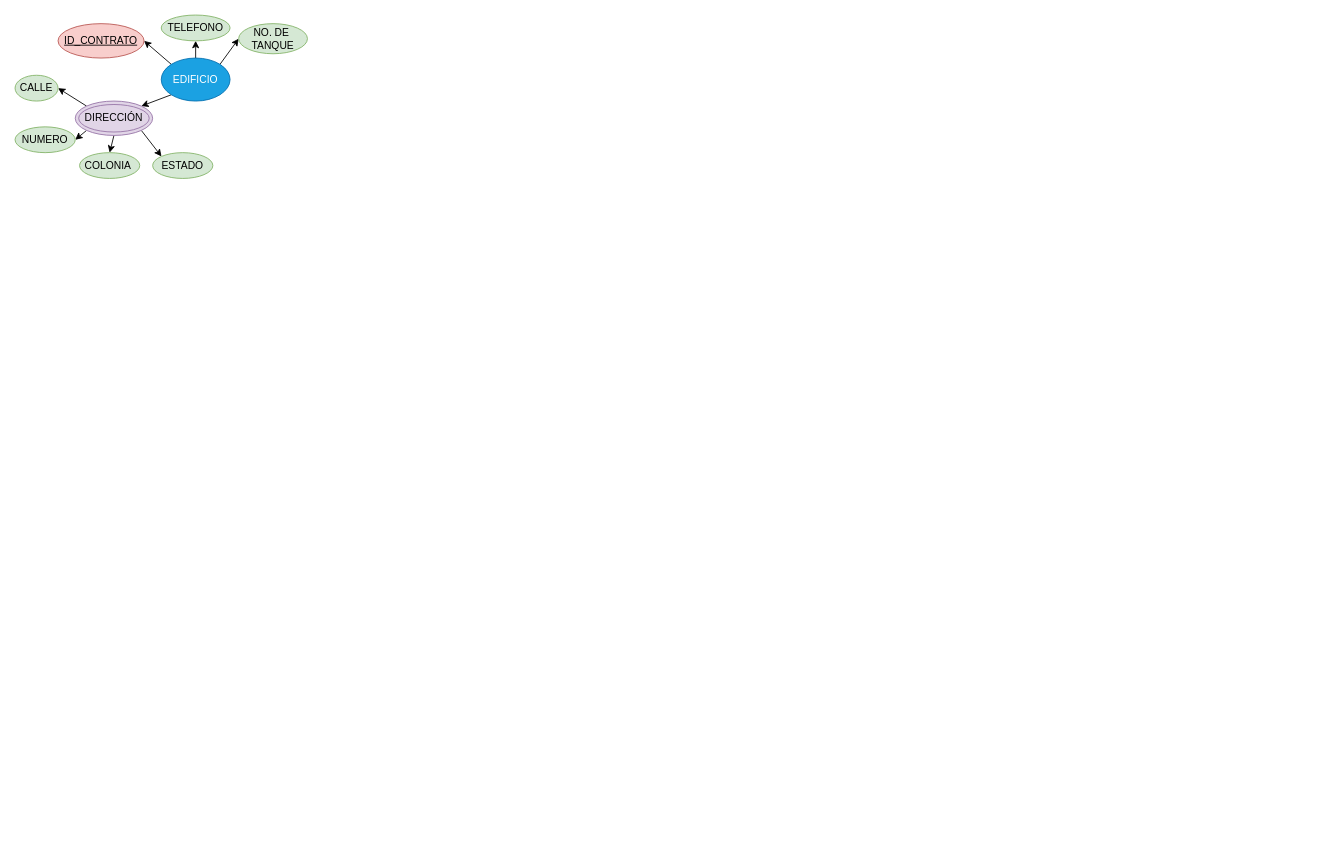
This is Esquema Conseptual ADMIN_GASLP.drawio from Jose-Techno/ADMI_GASLP, a draw.io file, before an edit. Source tidied: cells renumbered, new cells numbered last; positions are measured from the earlier drawing's top-left corner, leaving out a move shared by most shapes. Both pictures are drawn from the tidied source at 86%, with x=0, y=0 at pixel (15, 15).
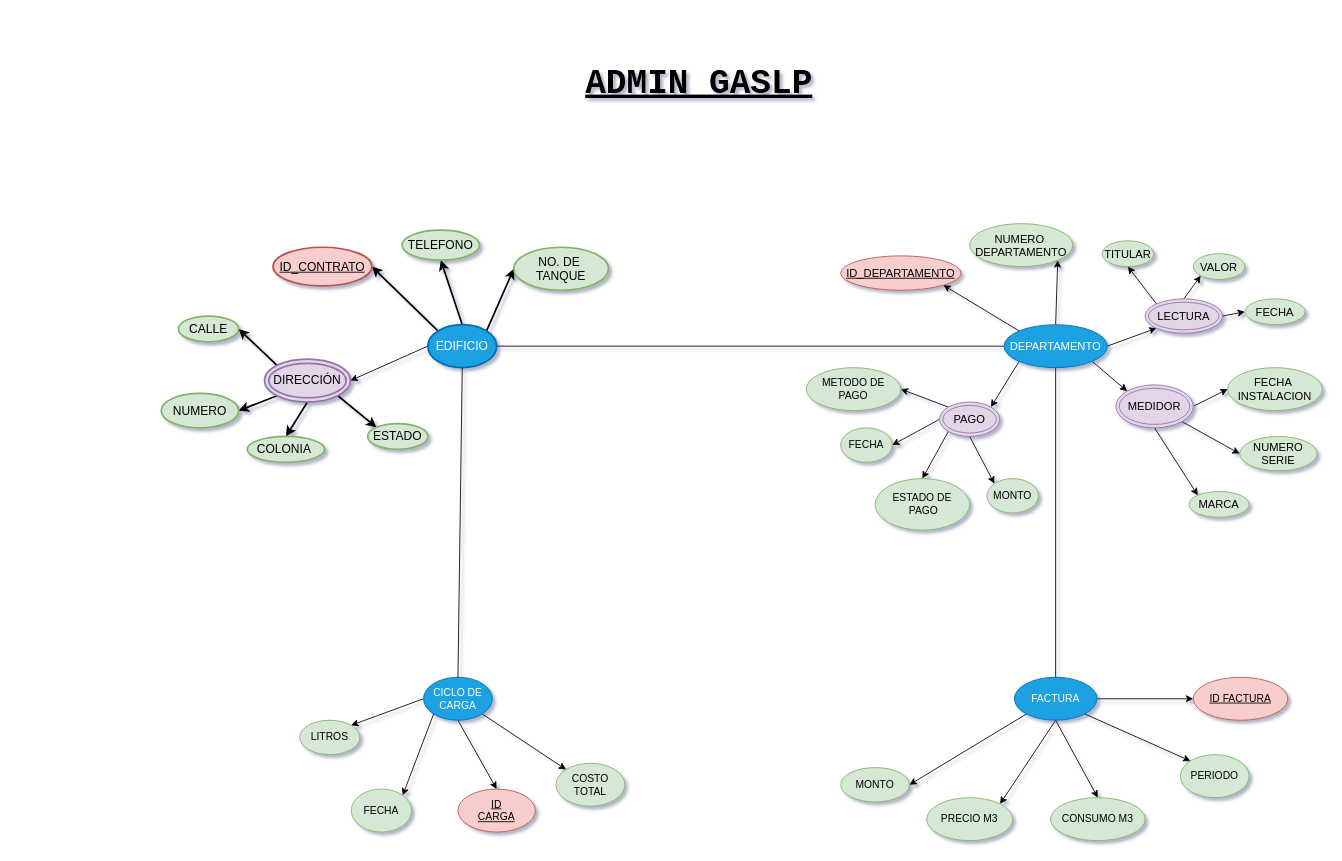
After the change.

What changed in the source:
```diff
@@
-<mxGraphModel>
+<mxGraphModel background="#ffffff" shadow="1">
@@
-    <mxCell id="2" style="edgeStyle=none;rounded=0;jettySize=auto;html=1;exitX=0;exitY=0;exitDx=0;exitDy=0;entryX=1;entryY=0.5;entryDx=0;entryDy=0;" parent="1" edge="1" source="6" target="7">
+    <mxCell id="2" style="edgeStyle=none;rounded=0;jettySize=auto;html=1;exitX=0;exitY=0;exitDx=0;exitDy=0;entryX=1;entryY=0.5;entryDx=0;entryDy=0;strokeWidth=2;shadow=0;fontSize=14;" parent="1" edge="1" source="6" target="7">
       <mxGeometry relative="1" as="geometry" />
     </mxCell>
-    <mxCell id="3" style="edgeStyle=none;rounded=0;jettySize=auto;html=1;exitX=0.5;exitY=0;exitDx=0;exitDy=0;entryX=0.5;entryY=1;entryDx=0;entryDy=0;" parent="1" edge="1" source="6" target="8">
+    <mxCell id="3" style="edgeStyle=none;rounded=0;jettySize=auto;html=1;exitX=0.5;exitY=0;exitDx=0;exitDy=0;entryX=0.5;entryY=1;entryDx=0;entryDy=0;strokeWidth=2;shadow=0;fontSize=14;" parent="1" edge="1" source="6" target="8">
       <mxGeometry relative="1" as="geometry" />
     </mxCell>
-    <mxCell id="4" style="edgeStyle=none;rounded=0;jettySize=auto;html=1;exitX=1;exitY=0;exitDx=0;exitDy=0;entryX=0;entryY=0.5;entryDx=0;entryDy=0;" parent="1" edge="1" source="6" target="18">
+    <mxCell id="4" style="edgeStyle=none;rounded=0;jettySize=auto;html=1;exitX=1;exitY=0;exitDx=0;exitDy=0;entryX=0;entryY=0.5;entryDx=0;entryDy=0;strokeWidth=2;shadow=0;fontSize=14;" parent="1" edge="1" source="6" target="18">
       <mxGeometry relative="1" as="geometry" />
     </mxCell>
-    <mxCell id="5" style="edgeStyle=none;rounded=0;jettySize=auto;html=1;exitX=0;exitY=1;exitDx=0;exitDy=0;entryX=1;entryY=0;entryDx=0;entryDy=0;" parent="1" edge="1" source="6" target="13">
+    <mxCell id="5" style="edgeStyle=none;rounded=0;jettySize=auto;html=1;exitX=0;exitY=0.5;exitDx=0;exitDy=0;entryX=1;entryY=0.5;entryDx=0;entryDy=0;" parent="1" edge="1" source="6" target="13">
       <mxGeometry relative="1" as="geometry" />
     </mxCell>
-    <mxCell id="6" value="EDIFICIO" style="ellipse;whiteSpace=wrap;html=1;fillColor=#1ba1e2;fontColor=#ffffff;strokeColor=#006EAF;" parent="1" vertex="1">
-      <mxGeometry x="170" y="50" width="80" height="50" as="geometry" />
+    <mxCell id="6" value="EDIFICIO" style="ellipse;whiteSpace=wrap;html=1;fillColor=#1ba1e2;fontColor=#ffffff;strokeColor=#006EAF;strokeWidth=2;shadow=0;fontSize=14;" parent="1" vertex="1">
+      <mxGeometry x="480" y="360" width="80" height="50" as="geometry" />
     </mxCell>
-    <mxCell id="7" value="&lt;u&gt;ID_CONTRATO&lt;/u&gt;" style="ellipse;whiteSpace=wrap;html=1;fillColor=#f8cecc;strokeColor=#b85450;" parent="1" vertex="1">
-      <mxGeometry x="50" y="10" width="100" height="40" as="geometry" />
+    <mxCell id="7" value="&lt;u&gt;ID_CONTRATO&lt;/u&gt;" style="ellipse;whiteSpace=wrap;html=1;fillColor=#f8cecc;strokeColor=#b85450;strokeWidth=2;shadow=0;fontSize=14;" parent="1" vertex="1">
+      <mxGeometry x="300" y="270" width="115" height="45" as="geometry" />
     </mxCell>
-    <mxCell id="8" value="TELEFONO" style="ellipse;whiteSpace=wrap;html=1;fillColor=#d5e8d4;strokeColor=#82b366;" parent="1" vertex="1">
-      <mxGeometry x="170" width="80" height="30" as="geometry" />
+    <mxCell id="8" value="TELEFONO" style="ellipse;whiteSpace=wrap;html=1;fillColor=#d5e8d4;strokeColor=#82b366;strokeWidth=2;shadow=0;fontSize=14;" parent="1" vertex="1">
+      <mxGeometry x="450" y="250" width="90" height="35" as="geometry" />
     </mxCell>
-    <mxCell id="9" style="edgeStyle=none;rounded=0;jettySize=auto;html=1;exitX=0;exitY=0;exitDx=0;exitDy=0;entryX=1;entryY=0.5;entryDx=0;entryDy=0;" parent="1" edge="1" source="13" target="14">
+    <mxCell id="9" style="edgeStyle=none;rounded=0;jettySize=auto;html=1;exitX=0;exitY=0;exitDx=0;exitDy=0;entryX=1;entryY=0.5;entryDx=0;entryDy=0;strokeWidth=2;shadow=0;fontSize=14;" parent="1" edge="1" source="13" target="14">
       <mxGeometry relative="1" as="geometry" />
     </mxCell>
-    <mxCell id="10" style="edgeStyle=none;rounded=0;jettySize=auto;html=1;exitX=0.5;exitY=1;exitDx=0;exitDy=0;entryX=0.5;entryY=0;entryDx=0;entryDy=0;" parent="1" edge="1" source="13" target="16">
+    <mxCell id="10" style="edgeStyle=none;rounded=0;jettySize=auto;html=1;exitX=0.5;exitY=1;exitDx=0;exitDy=0;entryX=0.5;entryY=0;entryDx=0;entryDy=0;strokeWidth=2;shadow=0;fontSize=14;" parent="1" edge="1" source="13" target="16">
       <mxGeometry relative="1" as="geometry" />
     </mxCell>
-    <mxCell id="11" style="edgeStyle=none;rounded=0;jettySize=auto;html=1;exitX=1;exitY=1;exitDx=0;exitDy=0;entryX=0;entryY=0;entryDx=0;entryDy=0;" parent="1" edge="1" source="13" target="17">
+    <mxCell id="11" style="edgeStyle=none;rounded=0;jettySize=auto;html=1;exitX=1;exitY=1;exitDx=0;exitDy=0;entryX=0;entryY=0;entryDx=0;entryDy=0;strokeWidth=2;shadow=0;fontSize=14;" parent="1" edge="1" source="13" target="17">
       <mxGeometry relative="1" as="geometry" />
     </mxCell>
-    <mxCell id="12" style="edgeStyle=none;rounded=0;jettySize=auto;html=1;exitX=0;exitY=1;exitDx=0;exitDy=0;entryX=1;entryY=0.5;entryDx=0;entryDy=0;" parent="1" edge="1" source="13" target="15">
+    <mxCell id="12" style="edgeStyle=none;rounded=0;jettySize=auto;html=1;exitX=0;exitY=1;exitDx=0;exitDy=0;entryX=1;entryY=0.5;entryDx=0;entryDy=0;strokeWidth=2;shadow=0;fontSize=14;" parent="1" edge="1" source="13" target="15">
       <mxGeometry relative="1" as="geometry" />
     </mxCell>
-    <mxCell id="13" value="DIRECCIÓN" style="ellipse;shape=doubleEllipse;whiteSpace=wrap;html=1;fillColor=#e1d5e7;strokeColor=#9673a6;" parent="1" vertex="1">
-      <mxGeometry x="70" y="100" width="90" height="40" as="geometry" />
+    <mxCell id="13" value="DIRECCIÓN" style="ellipse;shape=doubleEllipse;whiteSpace=wrap;html=1;fillColor=#e1d5e7;strokeColor=#9673a6;strokeWidth=2;shadow=0;fontSize=14;" parent="1" vertex="1">
+      <mxGeometry x="290" y="400" width="100" height="50" as="geometry" />
     </mxCell>
-    <mxCell id="14" value="CALLE" style="ellipse;whiteSpace=wrap;html=1;fillColor=#d5e8d4;strokeColor=#82b366;" parent="1" vertex="1">
-      <mxGeometry y="70" width="50" height="30" as="geometry" />
+    <mxCell id="14" value="CALLE" style="ellipse;whiteSpace=wrap;html=1;fillColor=#d5e8d4;strokeColor=#82b366;strokeWidth=2;shadow=0;fontSize=14;" parent="1" vertex="1">
+      <mxGeometry x="190" y="350" width="70" height="30" as="geometry" />
     </mxCell>
-    <mxCell id="15" value="NUMERO" style="ellipse;whiteSpace=wrap;html=1;fillColor=#d5e8d4;strokeColor=#82b366;" parent="1" vertex="1">
-      <mxGeometry y="130" width="70" height="30" as="geometry" />
+    <mxCell id="15" value="NUMERO" style="ellipse;whiteSpace=wrap;html=1;fillColor=#d5e8d4;strokeColor=#82b366;strokeWidth=2;shadow=0;fontSize=14;" parent="1" vertex="1">
+      <mxGeometry x="170" y="440" width="90" height="40" as="geometry" />
     </mxCell>
-    <mxCell id="16" value="COLONIA&amp;nbsp;" style="ellipse;whiteSpace=wrap;html=1;fillColor=#d5e8d4;strokeColor=#82b366;" parent="1" vertex="1">
-      <mxGeometry x="75" y="160" width="70" height="30" as="geometry" />
+    <mxCell id="16" value="COLONIA&amp;nbsp;" style="ellipse;whiteSpace=wrap;html=1;fillColor=#d5e8d4;strokeColor=#82b366;strokeWidth=2;shadow=0;fontSize=14;" parent="1" vertex="1">
+      <mxGeometry x="270" y="490" width="90" height="30" as="geometry" />
     </mxCell>
-    <mxCell id="17" value="ESTADO" style="ellipse;whiteSpace=wrap;html=1;fillColor=#d5e8d4;strokeColor=#82b366;" parent="1" vertex="1">
-      <mxGeometry x="160" y="160" width="70" height="30" as="geometry" />
+    <mxCell id="17" value="ESTADO" style="ellipse;whiteSpace=wrap;html=1;fillColor=#d5e8d4;strokeColor=#82b366;strokeWidth=2;shadow=0;fontSize=14;" parent="1" vertex="1">
+      <mxGeometry x="410" y="475" width="70" height="30" as="geometry" />
     </mxCell>
-    <mxCell id="18" value="NO. DE&amp;nbsp;&lt;div&gt;TANQUE&lt;/div&gt;" style="ellipse;whiteSpace=wrap;html=1;fillColor=#d5e8d4;strokeColor=#82b366;" parent="1" vertex="1">
-      <mxGeometry x="260" y="10" width="80" height="35" as="geometry" />
+    <mxCell id="18" value="NO. DE&amp;nbsp;&lt;div&gt;TANQUE&lt;/div&gt;" style="ellipse;whiteSpace=wrap;html=1;fillColor=#d5e8d4;strokeColor=#82b366;strokeWidth=2;shadow=0;fontSize=14;" parent="1" vertex="1">
+      <mxGeometry x="580" y="270" width="110" height="50" as="geometry" />
     </mxCell>
+    <mxCell id="19" style="edgeStyle=none;rounded=0;jettySize=auto;html=1;exitX=0;exitY=0;exitDx=0;exitDy=0;entryX=1;entryY=1;entryDx=0;entryDy=0;" parent="1" edge="1" source="24" target="25">
+      <mxGeometry relative="1" as="geometry" />
+    </mxCell>
+    <mxCell id="20" style="edgeStyle=none;rounded=0;jettySize=auto;html=1;exitX=0.5;exitY=0;exitDx=0;exitDy=0;entryX=1;entryY=1;entryDx=0;entryDy=0;" parent="1" edge="1" source="24" target="26">
+      <mxGeometry relative="1" as="geometry" />
+    </mxCell>
+    <mxCell id="21" style="edgeStyle=none;rounded=0;jettySize=auto;html=1;exitX=1;exitY=0.5;exitDx=0;exitDy=0;entryX=0;entryY=1;entryDx=0;entryDy=0;" parent="1" edge="1" source="24" target="49">
+      <mxGeometry relative="1" as="geometry" />
+    </mxCell>
+    <mxCell id="22" style="edgeStyle=none;rounded=0;jettySize=auto;html=1;exitX=1;exitY=1;exitDx=0;exitDy=0;entryX=0;entryY=0;entryDx=0;entryDy=0;" parent="1" edge="1" source="24" target="35">
+      <mxGeometry relative="1" as="geometry" />
+    </mxCell>
+    <mxCell id="23" style="edgeStyle=none;rounded=0;jettySize=auto;html=1;exitX=0;exitY=1;exitDx=0;exitDy=0;entryX=1;entryY=0;entryDx=0;entryDy=0;" parent="1" edge="1" source="24" target="54">
+      <mxGeometry relative="1" as="geometry" />
+    </mxCell>
+    <mxCell id="24" value="DEPARTAMENTO" style="ellipse;whiteSpace=wrap;html=1;fillColor=#1ba1e2;fontColor=#ffffff;strokeColor=#006EAF;fontSize=13;" parent="1" vertex="1">
+      <mxGeometry x="1150" y="360" width="120" height="50" as="geometry" />
+    </mxCell>
+    <mxCell id="25" value="&lt;u&gt;ID_DEPARTAMENTO&lt;/u&gt;" style="ellipse;whiteSpace=wrap;html=1;fillColor=#f8cecc;strokeColor=#b85450;fontSize=13;" parent="1" vertex="1">
+      <mxGeometry x="960" y="280" width="140" height="40" as="geometry" />
+    </mxCell>
+    <mxCell id="26" value="NUMERO&amp;nbsp;&lt;div&gt;DEPARTAMENTO&lt;/div&gt;" style="ellipse;whiteSpace=wrap;html=1;fillColor=#d5e8d4;strokeColor=#82b366;fontSize=13;" parent="1" vertex="1">
+      <mxGeometry x="1110" y="242.5" width="120" height="50" as="geometry" />
+    </mxCell>
+    <mxCell id="27" value="TITULAR" style="ellipse;whiteSpace=wrap;html=1;fillColor=#d5e8d4;strokeColor=#82b366;fontSize=13;" parent="1" vertex="1">
+      <mxGeometry x="1264" y="262.5" width="60" height="30" as="geometry" />
+    </mxCell>
+    <mxCell id="28" value="NUMERO&lt;div&gt;SERIE&lt;/div&gt;" style="ellipse;whiteSpace=wrap;html=1;fillColor=#d5e8d4;strokeColor=#82b366;fontSize=13;" parent="1" vertex="1">
+      <mxGeometry x="1424" y="490" width="90" height="40" as="geometry" />
+    </mxCell>
+    <mxCell id="29" value="MARCA" style="ellipse;whiteSpace=wrap;html=1;fillColor=#d5e8d4;strokeColor=#82b366;fontSize=13;" parent="1" vertex="1">
+      <mxGeometry x="1365" y="554" width="70" height="30" as="geometry" />
+    </mxCell>
+    <mxCell id="30" value="FECHA&amp;nbsp;&lt;div&gt;INSTALACION&lt;/div&gt;" style="ellipse;whiteSpace=wrap;html=1;fillColor=#d5e8d4;strokeColor=#82b366;fontSize=13;" parent="1" vertex="1">
+      <mxGeometry x="1410" y="410" width="110" height="50" as="geometry" />
+    </mxCell>
+    <mxCell id="31" value="VALOR" style="ellipse;whiteSpace=wrap;html=1;fillColor=#d5e8d4;strokeColor=#82b366;fontSize=13;" parent="1" vertex="1">
+      <mxGeometry x="1370" y="277.5" width="60" height="30" as="geometry" />
+    </mxCell>
+    <mxCell id="32" style="edgeStyle=none;rounded=0;jettySize=auto;html=1;exitX=1;exitY=0.5;exitDx=0;exitDy=0;entryX=0;entryY=0.5;entryDx=0;entryDy=0;" parent="1" edge="1" source="35" target="30">
+      <mxGeometry relative="1" as="geometry" />
+    </mxCell>
+    <mxCell id="33" style="edgeStyle=none;rounded=0;jettySize=auto;html=1;exitX=1;exitY=1;exitDx=0;exitDy=0;entryX=0;entryY=0.5;entryDx=0;entryDy=0;" parent="1" edge="1" source="35" target="28">
+      <mxGeometry relative="1" as="geometry" />
+    </mxCell>
+    <mxCell id="34" style="edgeStyle=none;rounded=0;jettySize=auto;html=1;exitX=0.5;exitY=1;exitDx=0;exitDy=0;entryX=0;entryY=0;entryDx=0;entryDy=0;" parent="1" edge="1" source="35" target="29">
+      <mxGeometry relative="1" as="geometry" />
+    </mxCell>
+    <mxCell id="35" value="MEDIDOR" style="ellipse;shape=doubleEllipse;whiteSpace=wrap;html=1;fillColor=#e1d5e7;strokeColor=#9673a6;fontSize=13;" parent="1" vertex="1">
+      <mxGeometry x="1280" y="430" width="90" height="50" as="geometry" />
+    </mxCell>
+    <mxCell id="36" style="edgeStyle=none;rounded=0;jettySize=auto;html=1;exitX=1;exitY=1;exitDx=0;exitDy=0;entryX=0;entryY=0;entryDx=0;entryDy=0;" parent="1" edge="1" source="40" target="44">
+      <mxGeometry relative="1" as="geometry" />
+    </mxCell>
+    <mxCell id="37" style="edgeStyle=none;rounded=0;jettySize=auto;html=1;exitX=0.5;exitY=1;exitDx=0;exitDy=0;entryX=0.5;entryY=0;entryDx=0;entryDy=0;" parent="1" edge="1" source="40" target="41">
+      <mxGeometry relative="1" as="geometry" />
+    </mxCell>
+    <mxCell id="38" style="edgeStyle=none;rounded=0;jettySize=auto;html=1;exitX=0;exitY=1;exitDx=0;exitDy=0;entryX=1;entryY=0;entryDx=0;entryDy=0;" parent="1" edge="1" source="40" target="42">
+      <mxGeometry relative="1" as="geometry" />
+    </mxCell>
+    <mxCell id="39" style="edgeStyle=none;rounded=0;jettySize=auto;html=1;exitX=0;exitY=0.5;exitDx=0;exitDy=0;entryX=1;entryY=0;entryDx=0;entryDy=0;" parent="1" edge="1" source="40" target="43">
+      <mxGeometry relative="1" as="geometry" />
+    </mxCell>
+    <mxCell id="40" value="CICLO DE&lt;div&gt;CARGA&lt;/div&gt;" style="ellipse;whiteSpace=wrap;html=1;fillColor=#1ba1e2;fontColor=#ffffff;strokeColor=#006EAF;" parent="1" vertex="1">
+      <mxGeometry x="475" y="770" width="80" height="50" as="geometry" />
+    </mxCell>
+    <mxCell id="41" value="&lt;u&gt;ID&lt;/u&gt;&lt;div&gt;&lt;u&gt;CARGA&lt;/u&gt;&lt;/div&gt;" style="ellipse;whiteSpace=wrap;html=1;fillColor=#f8cecc;strokeColor=#b85450;" parent="1" vertex="1">
+      <mxGeometry x="515" y="900" width="90" height="50" as="geometry" />
+    </mxCell>
+    <mxCell id="42" value="FECHA" style="ellipse;whiteSpace=wrap;html=1;fillColor=#d5e8d4;strokeColor=#82b366;" parent="1" vertex="1">
+      <mxGeometry x="391" y="900" width="70" height="50" as="geometry" />
+    </mxCell>
+    <mxCell id="43" value="LITROS" style="ellipse;whiteSpace=wrap;html=1;fillColor=#d5e8d4;strokeColor=#82b366;" parent="1" vertex="1">
+      <mxGeometry x="331" y="820" width="70" height="40" as="geometry" />
+    </mxCell>
+    <mxCell id="44" value="COSTO&lt;div&gt;TOTAL&lt;/div&gt;" style="ellipse;whiteSpace=wrap;html=1;fillColor=#d5e8d4;strokeColor=#82b366;" parent="1" vertex="1">
+      <mxGeometry x="629" y="870" width="80" height="50" as="geometry" />
+    </mxCell>
+    <mxCell id="45" value="FECHA" style="ellipse;whiteSpace=wrap;html=1;fillColor=#d5e8d4;strokeColor=#82b366;fontSize=13;" parent="1" vertex="1">
+      <mxGeometry x="1430" y="330" width="70" height="30" as="geometry" />
+    </mxCell>
+    <mxCell id="46" style="edgeStyle=none;rounded=0;jettySize=auto;html=1;exitX=0;exitY=0;exitDx=0;exitDy=0;entryX=0.5;entryY=1;entryDx=0;entryDy=0;" parent="1" edge="1" source="49" target="27">
+      <mxGeometry relative="1" as="geometry" />
+    </mxCell>
+    <mxCell id="47" style="edgeStyle=none;rounded=0;jettySize=auto;html=1;exitX=0.5;exitY=0;exitDx=0;exitDy=0;entryX=0;entryY=1;entryDx=0;entryDy=0;" parent="1" edge="1" source="49" target="31">
+      <mxGeometry relative="1" as="geometry" />
+    </mxCell>
+    <mxCell id="48" style="edgeStyle=none;rounded=0;jettySize=auto;html=1;exitX=1;exitY=0.5;exitDx=0;exitDy=0;entryX=0;entryY=0.5;entryDx=0;entryDy=0;" parent="1" edge="1" source="49" target="45">
+      <mxGeometry relative="1" as="geometry" />
+    </mxCell>
+    <mxCell id="49" value="LECTURA" style="ellipse;shape=doubleEllipse;whiteSpace=wrap;html=1;fillColor=#e1d5e7;strokeColor=#9673a6;fontSize=13;" parent="1" vertex="1">
+      <mxGeometry x="1314" y="330" width="90" height="40" as="geometry" />
+    </mxCell>
+    <mxCell id="50" style="edgeStyle=none;rounded=0;jettySize=auto;html=1;exitX=0;exitY=0;exitDx=0;exitDy=0;entryX=1;entryY=0.5;entryDx=0;entryDy=0;" parent="1" edge="1" source="54" target="57">
+      <mxGeometry relative="1" as="geometry" />
+    </mxCell>
+    <mxCell id="51" style="edgeStyle=none;rounded=0;jettySize=auto;html=1;exitX=0;exitY=0.5;exitDx=0;exitDy=0;entryX=1;entryY=0.5;entryDx=0;entryDy=0;" parent="1" edge="1" source="54" target="56">
+      <mxGeometry relative="1" as="geometry" />
+    </mxCell>
+    <mxCell id="52" style="edgeStyle=none;rounded=0;jettySize=auto;html=1;exitX=0;exitY=1;exitDx=0;exitDy=0;entryX=0.5;entryY=0;entryDx=0;entryDy=0;" parent="1" edge="1" source="54" target="58">
+      <mxGeometry relative="1" as="geometry" />
+    </mxCell>
+    <mxCell id="53" style="edgeStyle=none;rounded=0;jettySize=auto;html=1;exitX=0.5;exitY=1;exitDx=0;exitDy=0;entryX=0;entryY=0;entryDx=0;entryDy=0;" parent="1" edge="1" source="54" target="55">
+      <mxGeometry relative="1" as="geometry" />
+    </mxCell>
+    <mxCell id="54" value="PAGO" style="ellipse;shape=doubleEllipse;whiteSpace=wrap;html=1;fillColor=#e1d5e7;strokeColor=#9673a6;fontSize=13;" parent="1" vertex="1">
+      <mxGeometry x="1075" y="450" width="70" height="40" as="geometry" />
+    </mxCell>
+    <mxCell id="55" value="MONTO" style="ellipse;whiteSpace=wrap;html=1;fillColor=#d5e8d4;strokeColor=#82b366;" parent="1" vertex="1">
+      <mxGeometry x="1130" y="539" width="60" height="40" as="geometry" />
+    </mxCell>
+    <mxCell id="56" value="FECHA" style="ellipse;whiteSpace=wrap;html=1;fillColor=#d5e8d4;strokeColor=#82b366;" parent="1" vertex="1">
+      <mxGeometry x="960" y="480" width="60" height="40" as="geometry" />
+    </mxCell>
+    <mxCell id="57" value="METODO DE&lt;div&gt;PAGO&lt;/div&gt;" style="ellipse;whiteSpace=wrap;html=1;fillColor=#d5e8d4;strokeColor=#82b366;" parent="1" vertex="1">
+      <mxGeometry x="920" y="410" width="110" height="50" as="geometry" />
+    </mxCell>
+    <mxCell id="58" value="ESTADO DE&lt;div&gt;&amp;nbsp;PAGO&lt;/div&gt;" style="ellipse;whiteSpace=wrap;html=1;fillColor=#d5e8d4;strokeColor=#82b366;" parent="1" vertex="1">
+      <mxGeometry x="1000" y="539" width="110" height="60" as="geometry" />
+    </mxCell>
+    <mxCell id="59" value="&lt;h1&gt;&lt;font face=&quot;Courier New&quot; style=&quot;font-size: 40px;&quot;&gt;&lt;u&gt;ADMIN GASLP&lt;/u&gt;&lt;/font&gt;&lt;/h1&gt;" style="text;strokeColor=none;fillColor=none;html=1;fontSize=24;fontStyle=1;verticalAlign=middle;align=center;" parent="1" vertex="1">
+      <mxGeometry x="640" y="20" width="310" height="110" as="geometry" />
+    </mxCell>
+    <mxCell id="60" style="endArrow=none;html=1;rounded=0;exitX=1;exitY=0.5;exitDx=0;exitDy=0;entryX=0;entryY=0.5;entryDx=0;entryDy=0;" parent="1" edge="1" source="6" target="24">
+      <mxGeometry relative="1" as="geometry" />
+    </mxCell>
+    <mxCell id="61" style="edgeStyle=none;rounded=0;jettySize=auto;html=1;exitX=1;exitY=0.5;exitDx=0;exitDy=0;entryX=0;entryY=0.5;entryDx=0;entryDy=0;" parent="1" edge="1" source="66" target="67">
+      <mxGeometry relative="1" as="geometry" />
+    </mxCell>
+    <mxCell id="62" style="edgeStyle=none;rounded=0;jettySize=auto;html=1;exitX=1;exitY=1;exitDx=0;exitDy=0;entryX=0;entryY=0;entryDx=0;entryDy=0;" parent="1" edge="1" source="66" target="68">
+      <mxGeometry relative="1" as="geometry" />
+    </mxCell>
+    <mxCell id="63" style="edgeStyle=none;rounded=0;jettySize=auto;html=1;exitX=0.5;exitY=1;exitDx=0;exitDy=0;entryX=0.5;entryY=0;entryDx=0;entryDy=0;" parent="1" edge="1" source="66" target="69">
+      <mxGeometry relative="1" as="geometry" />
+    </mxCell>
+    <mxCell id="64" style="edgeStyle=none;rounded=0;jettySize=auto;html=1;exitX=0;exitY=1;exitDx=0;exitDy=0;entryX=1;entryY=0.5;entryDx=0;entryDy=0;" parent="1" edge="1" source="66" target="71">
+      <mxGeometry relative="1" as="geometry" />
+    </mxCell>
+    <mxCell id="65" style="edgeStyle=none;rounded=0;jettySize=auto;html=1;exitX=0.5;exitY=1;exitDx=0;exitDy=0;entryX=1;entryY=0;entryDx=0;entryDy=0;" parent="1" edge="1" source="66" target="70">
+      <mxGeometry relative="1" as="geometry" />
+    </mxCell>
+    <mxCell id="66" value="FACTURA" style="ellipse;whiteSpace=wrap;html=1;fillColor=#1ba1e2;fontColor=#ffffff;strokeColor=#006EAF;" parent="1" vertex="1">
+      <mxGeometry x="1162" y="770" width="96" height="50" as="geometry" />
+    </mxCell>
+    <mxCell id="67" value="&lt;u&gt;ID FACTURA&lt;/u&gt;" style="ellipse;whiteSpace=wrap;html=1;fillColor=#f8cecc;strokeColor=#b85450;" parent="1" vertex="1">
+      <mxGeometry x="1370" y="770" width="110" height="50" as="geometry" />
+    </mxCell>
+    <mxCell id="68" value="PERIODO" style="ellipse;whiteSpace=wrap;html=1;fillColor=#d5e8d4;strokeColor=#82b366;" parent="1" vertex="1">
+      <mxGeometry x="1355" y="860" width="80" height="50" as="geometry" />
+    </mxCell>
+    <mxCell id="69" value="CONSUMO M3" style="ellipse;whiteSpace=wrap;html=1;fillColor=#d5e8d4;strokeColor=#82b366;" parent="1" vertex="1">
+      <mxGeometry x="1204" y="910" width="110" height="50" as="geometry" />
+    </mxCell>
+    <mxCell id="70" value="PRECIO M3" style="ellipse;whiteSpace=wrap;html=1;fillColor=#d5e8d4;strokeColor=#82b366;" parent="1" vertex="1">
+      <mxGeometry x="1060" y="910" width="100" height="50" as="geometry" />
+    </mxCell>
+    <mxCell id="71" value="MONTO" style="ellipse;whiteSpace=wrap;html=1;fillColor=#d5e8d4;strokeColor=#82b366;" parent="1" vertex="1">
+      <mxGeometry x="960" y="875" width="80" height="40" as="geometry" />
+    </mxCell>
+    <mxCell id="72" style="endArrow=none;html=1;rounded=0;entryX=0.5;entryY=1;entryDx=0;entryDy=0;exitX=0.5;exitY=0;exitDx=0;exitDy=0;" parent="1" edge="1" source="66" target="24">
+      <mxGeometry relative="1" as="geometry" />
+    </mxCell>
+    <mxCell id="73" style="endArrow=none;html=1;rounded=0;exitX=0.5;exitY=1;exitDx=0;exitDy=0;entryX=0.5;entryY=0;entryDx=0;entryDy=0;" parent="1" edge="1" source="6" target="40">
+      <mxGeometry relative="1" as="geometry" />
+    </mxCell>
```
